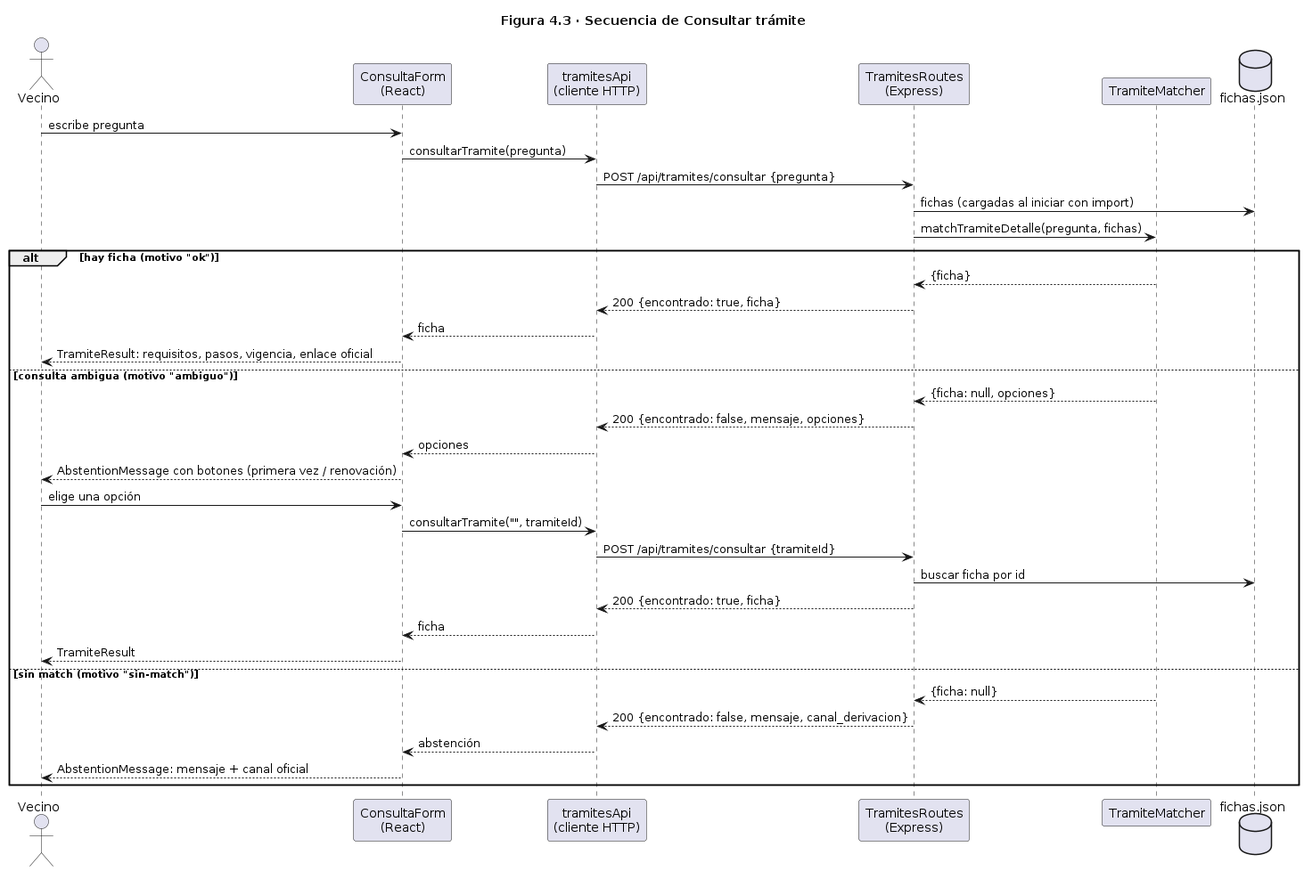
This is docs/uml/secuencia_tramite.png from FeliKar/Proyecto-Ingenieria-de-Software, a PlantUML export, as it was before one commit.
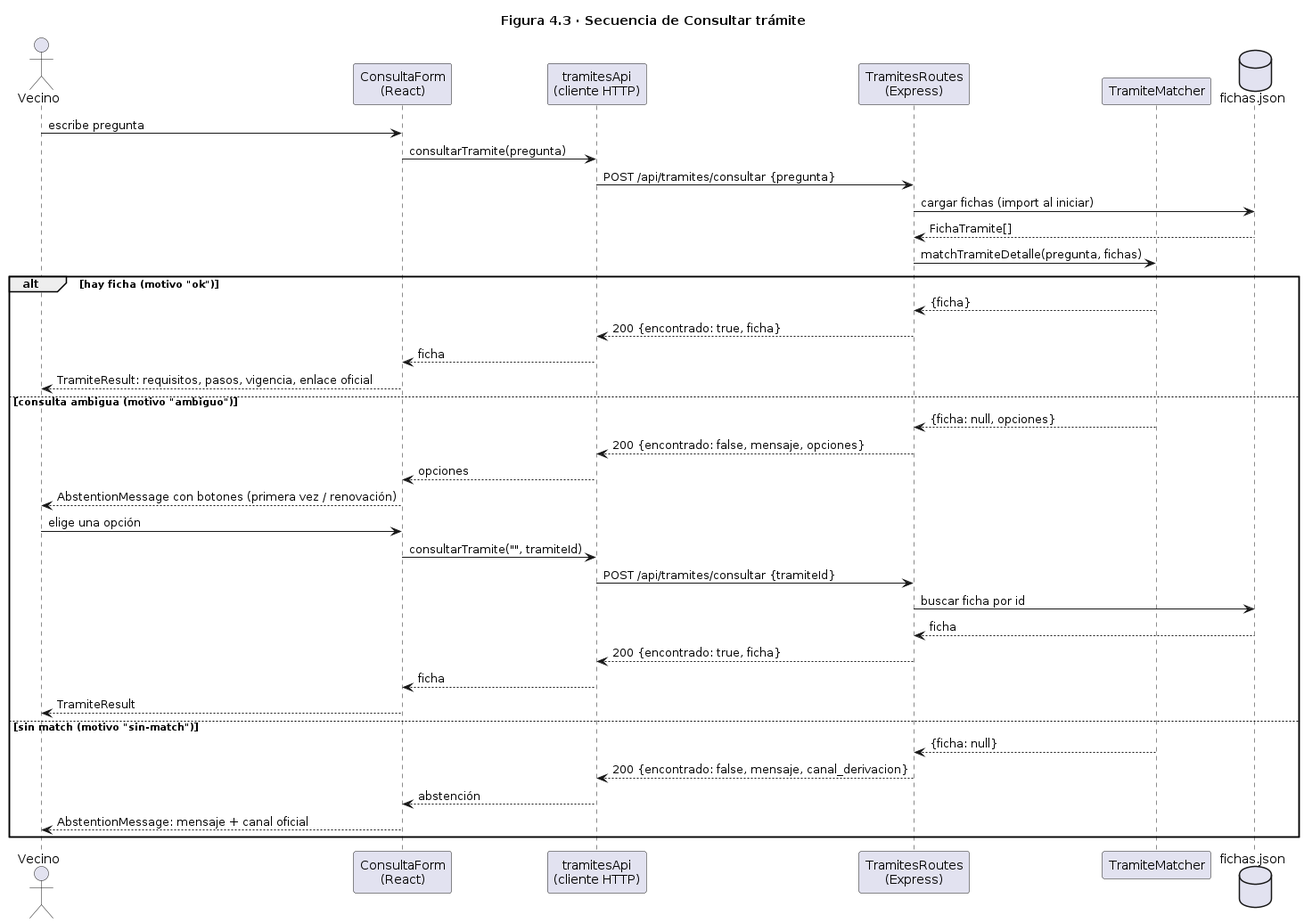
Later version of the same file.

Commit message:
retornos de fichas.json en la secuencia

Change to the diagram source:
```diff
@@ -10,7 +10,8 @@
 Vecino -> FE : escribe pregunta
 FE -> API : consultarTramite(pregunta)
 API -> R : POST /api/tramites/consultar {pregunta}
-R -> J : fichas (cargadas al iniciar con import)
+R -> J : cargar fichas (import al iniciar)
+J --> R : FichaTramite[]
 R -> M : matchTramiteDetalle(pregunta, fichas)
 alt hay ficha (motivo "ok")
   M --> R : {ficha}
@@ -26,6 +27,7 @@
   FE -> API : consultarTramite("", tramiteId)
   API -> R : POST /api/tramites/consultar {tramiteId}
   R -> J : buscar ficha por id
+  J --> R : ficha
   R --> API : 200 {encontrado: true, ficha}
   API --> FE : ficha
   FE --> Vecino : TramiteResult
```
